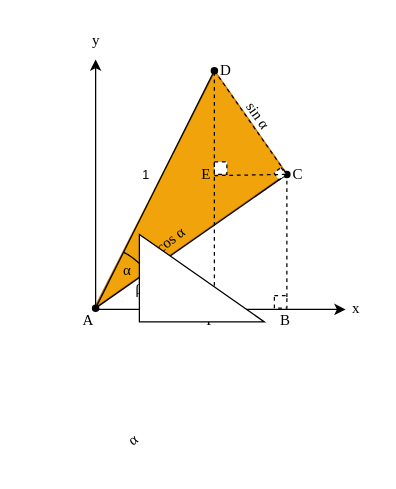
Above: Computer_Graphics/Angle_Addition_Property_Sine.drawio in annihilateRed0/Diagrams (draw.io), before the change. Source tidied: cells renumbered, new cells numbered last; positions are measured from the earlier drawing's top-left corner, leaving out a move shared by most shapes. Both pictures are drawn from the tidied source at 125%, with x=0, y=0 at pixel (32, 21).
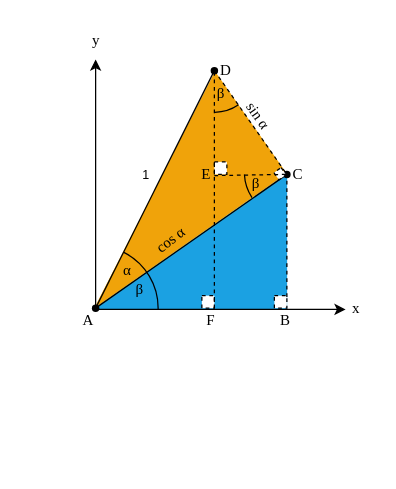
The same diagram, later.

The change refers to these unchanged cells:
```xml
<mxCell id="2" style="group;" parent="1" vertex="1">
  <mxGeometry x="35" width="238" height="279" as="geometry" />
</mxCell>
```

Diff of the diagram source:
```diff
@@
+    <mxCell id="36" style="verticalLabelPosition=bottom;verticalAlign=top;html=1;shape=mxgraph.basic.orthogonal_triangle;flipV=0;flipH=1;fillColor=#1ba1e2;fontColor=#ffffff;strokeColor=none;" parent="2" vertex="1">
+      <mxGeometry x="12.2" y="121" width="156" height="109" as="geometry" />
+    </mxCell>
-    <mxCell id="3" style="verticalLabelPosition=bottom;verticalAlign=top;html=1;shape=mxgraph.basic.orthogonal_triangle;rotation=145;flipH=0;flipV=1;fillColor=#f0a30a;fontColor=#000000;strokeColor=#BD7000;" parent="2" vertex="1">
+    <mxCell id="3" style="verticalLabelPosition=bottom;verticalAlign=top;html=1;shape=mxgraph.basic.orthogonal_triangle;rotation=145;flipH=0;flipV=1;fillColor=#f0a30a;fontColor=#000000;strokeColor=none;" parent="2" vertex="1">
       <mxGeometry x="-31.8" y="84.3" width="188" height="100" as="geometry" />
     </mxCell>
@@
+    <mxCell id="37" style="verticalLabelPosition=bottom;verticalAlign=top;html=1;shape=mxgraph.basic.arc;startAngle=0.6547586750633085;endAngle=0.7419686955660539;" parent="2" vertex="1">
+      <mxGeometry x="134" y="84.3" width="70" height="72" as="geometry" />
+    </mxCell>
+    <mxCell id="38" value="&lt;span&gt;&lt;span&gt;&lt;font face=&quot;Times New Roman&quot;&gt;β&lt;/font&gt;&lt;/span&gt;&lt;/span&gt;" style="text;html=1;align=center;verticalAlign=middle;strokeColor=none;fillColor=none;fontColor=light-dark(#000000,#62A0EA);" parent="2" vertex="1">
+      <mxGeometry x="128" y="114" width="30" height="30" as="geometry" />
+    </mxCell>
+    <mxCell id="39" style="verticalLabelPosition=bottom;verticalAlign=top;html=1;shape=mxgraph.basic.arc;startAngle=0.4037267924846636;endAngle=0.5;" parent="2" vertex="1">
+      <mxGeometry x="77" y="5.6" width="66.7" height="66.7" as="geometry" />
+    </mxCell>
+    <mxCell id="40" value="&lt;span&gt;&lt;span&gt;&lt;font face=&quot;Times New Roman&quot;&gt;β&lt;/font&gt;&lt;/span&gt;&lt;/span&gt;" style="text;html=1;align=center;verticalAlign=middle;strokeColor=none;fillColor=none;fontColor=light-dark(#000000,#62A0EA);" parent="2" vertex="1">
+      <mxGeometry x="100" y="42.4" width="30" height="30" as="geometry" />
+    </mxCell>
@@
-    <mxCell id="35" value="&lt;font face=&quot;Times New Roman&quot;&gt;&lt;span lang=&quot;en&quot; class=&quot;BxUVEf ILfuVd&quot;&gt;&lt;span class=&quot;hgKElc&quot;&gt;α&lt;/span&gt;&lt;/span&gt;&lt;/font&gt;" style="text;html=1;align=center;verticalAlign=middle;strokeColor=none;fillColor=none;rotation=323;" parent="1" vertex="1">
-      <mxGeometry x="65" y="320" width="30" height="30" as="geometry" />
-    </mxCell>
-    <mxCell id="36" style="verticalLabelPosition=bottom;verticalAlign=top;html=1;shape=mxgraph.basic.orthogonal_triangle;" parent="1" vertex="1">
-      <mxGeometry x="85" y="170" width="100" height="70" as="geometry" />
-    </mxCell>
```
